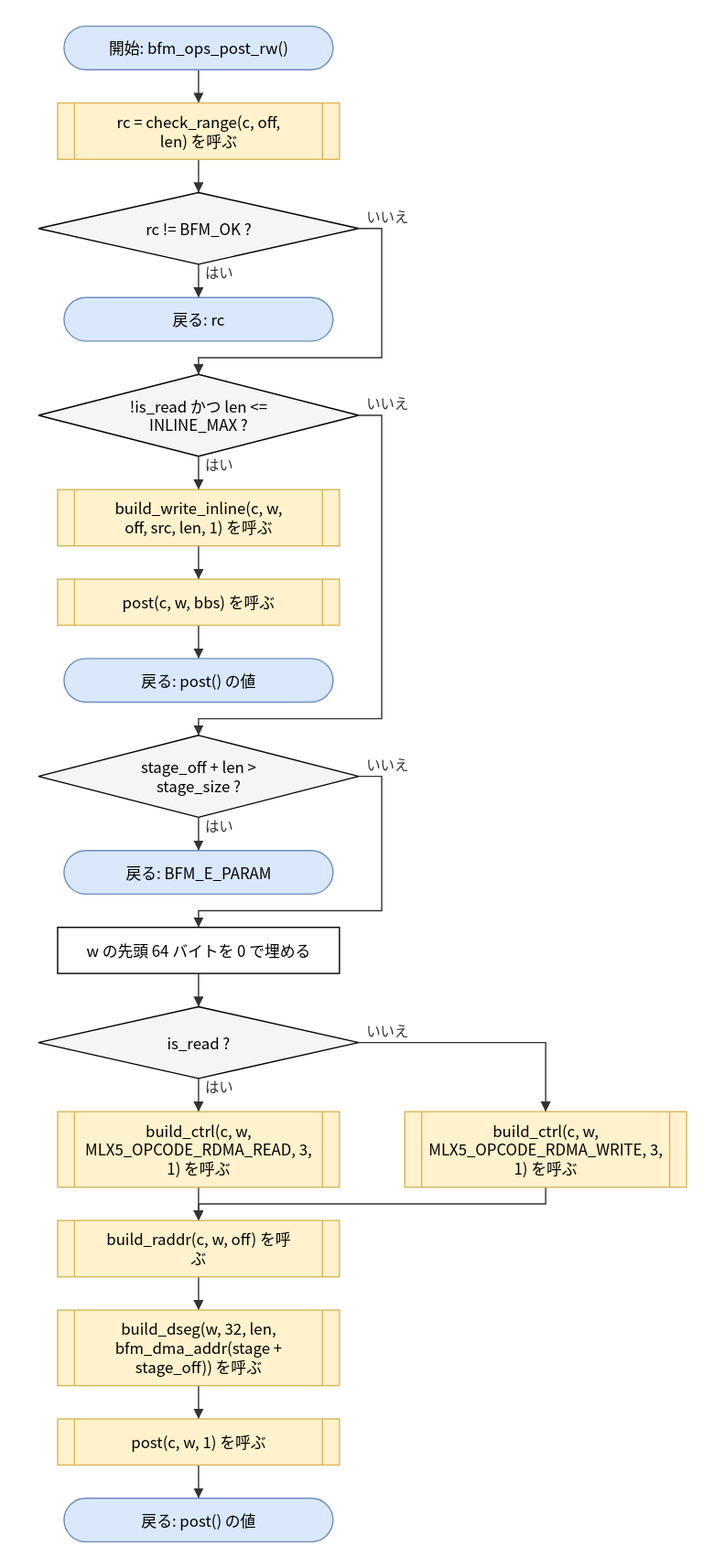
Earlier version of the draw.io export doc/spec/images/flow_src_bfm_ops-bfm_ops_post_rw.drawio.svg (hf355051012-ai/bfmem). Source tidied: cells renumbered, new cells last; positions are measured from the earlier drawing's top-left corner, leaving out a move shared by most shapes.
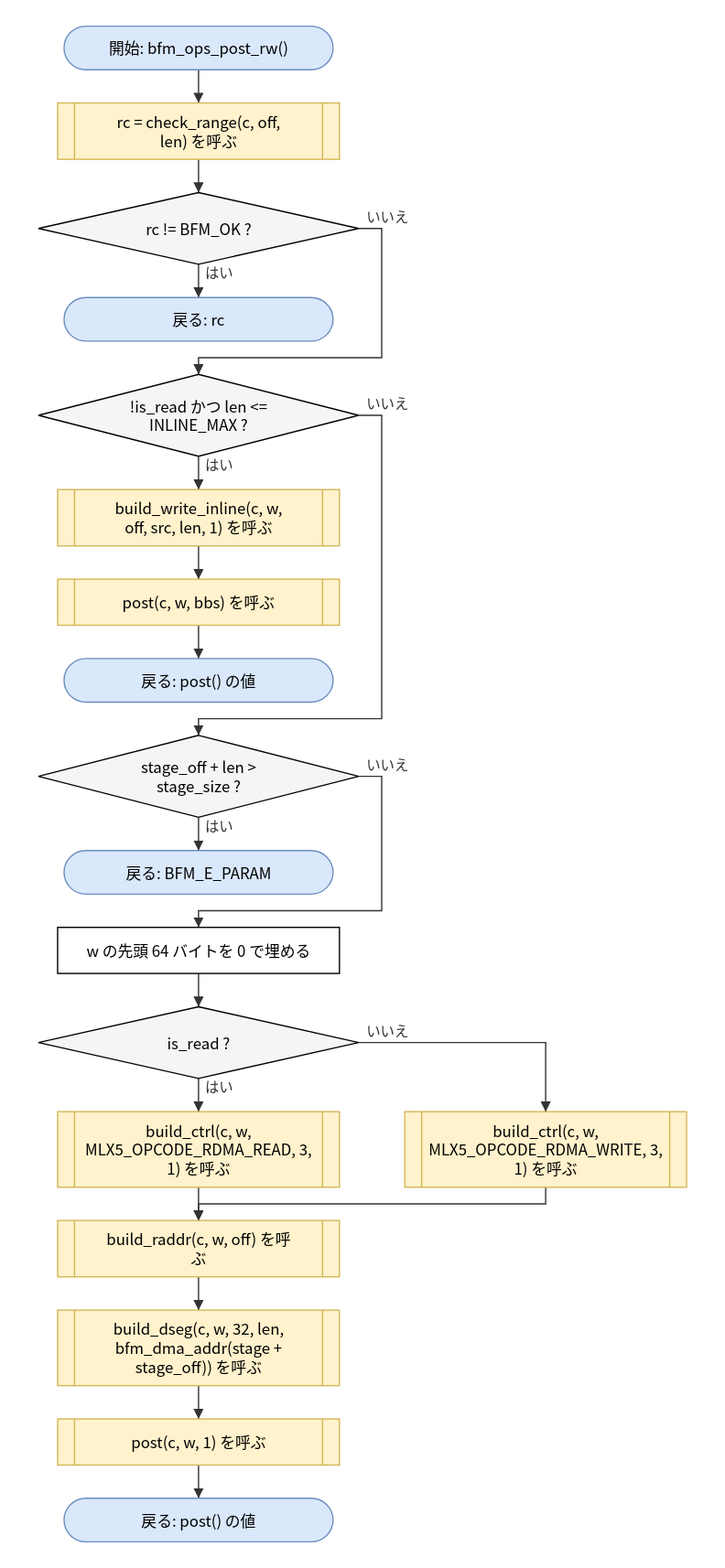
Above is the later version.

Diff of the diagram source:
```diff
@@ -47,7 +47,7 @@
     <mxCell id="16" value="build_raddr(c, w, off) を呼&lt;br&gt;ぶ" style="shape=process;whiteSpace=wrap;html=1;backgroundOutline=1;size=0.06;fillColor=#fff2cc;strokeColor=#d6b656;" parent="1" vertex="1">
       <mxGeometry x="15" y="933" width="220" height="44" as="geometry" />
     </mxCell>
-    <mxCell id="17" value="build_dseg(w, 32, len,&lt;br&gt;bfm_dma_addr(stage +&lt;br&gt;stage_off)) を呼ぶ" style="shape=process;whiteSpace=wrap;html=1;backgroundOutline=1;size=0.06;fillColor=#fff2cc;strokeColor=#d6b656;" parent="1" vertex="1">
+    <mxCell id="17" value="build_dseg(c, w, 32, len,&lt;br&gt;bfm_dma_addr(stage +&lt;br&gt;stage_off)) を呼ぶ" style="shape=process;whiteSpace=wrap;html=1;backgroundOutline=1;size=0.06;fillColor=#fff2cc;strokeColor=#d6b656;" parent="1" vertex="1">
       <mxGeometry x="15" y="1003" width="220" height="59" as="geometry" />
     </mxCell>
     <mxCell id="18" value="post(c, w, 1) を呼ぶ" style="shape=process;whiteSpace=wrap;html=1;backgroundOutline=1;size=0.06;fillColor=#fff2cc;strokeColor=#d6b656;" parent="1" vertex="1">
```
